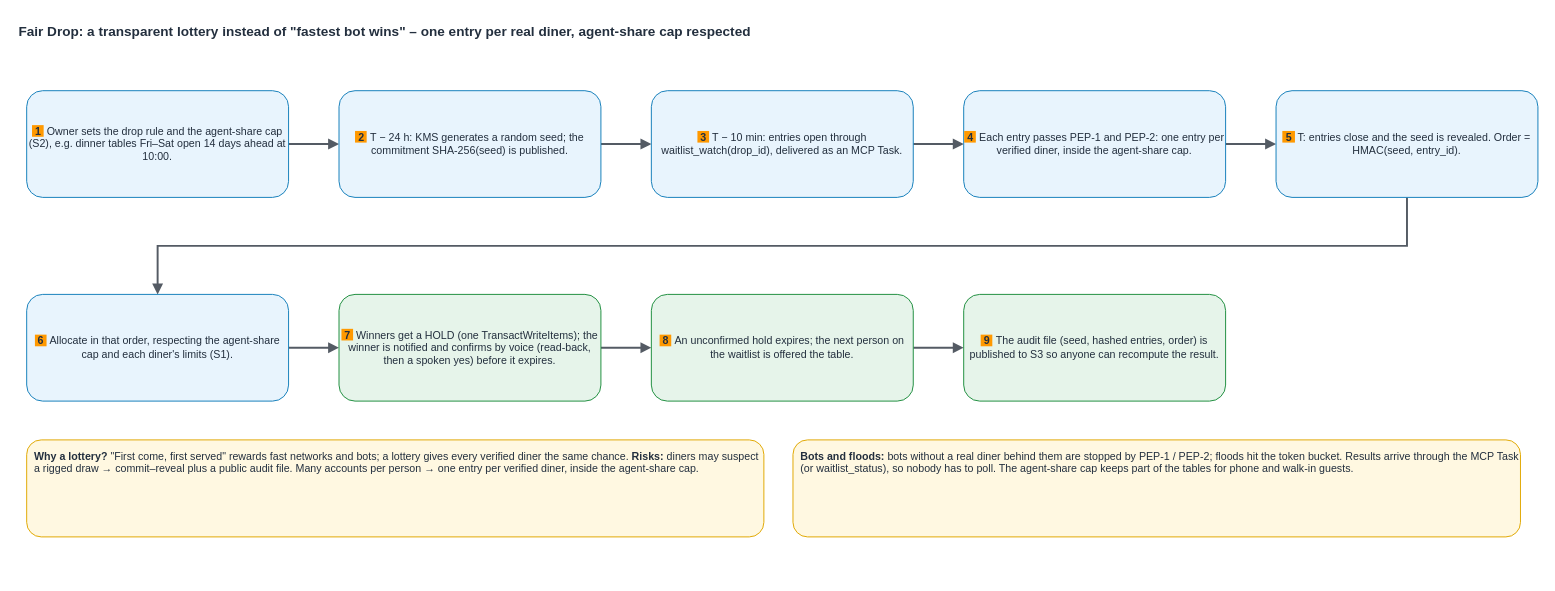
This is page "2. Fair Drop (verifiable lottery)" (2 of 4) of docs/fairtable-flows (1).drawio from thphuc06/FairTable, a draw.io file, before an edit. Source tidied: cells renumbered, new cells numbered last; positions are measured from the earlier drawing's top-left corner, leaving out a move shared by most shapes. Both pictures are drawn from the tidied source at 97%, with x=0, y=0 at pixel (16, 16).
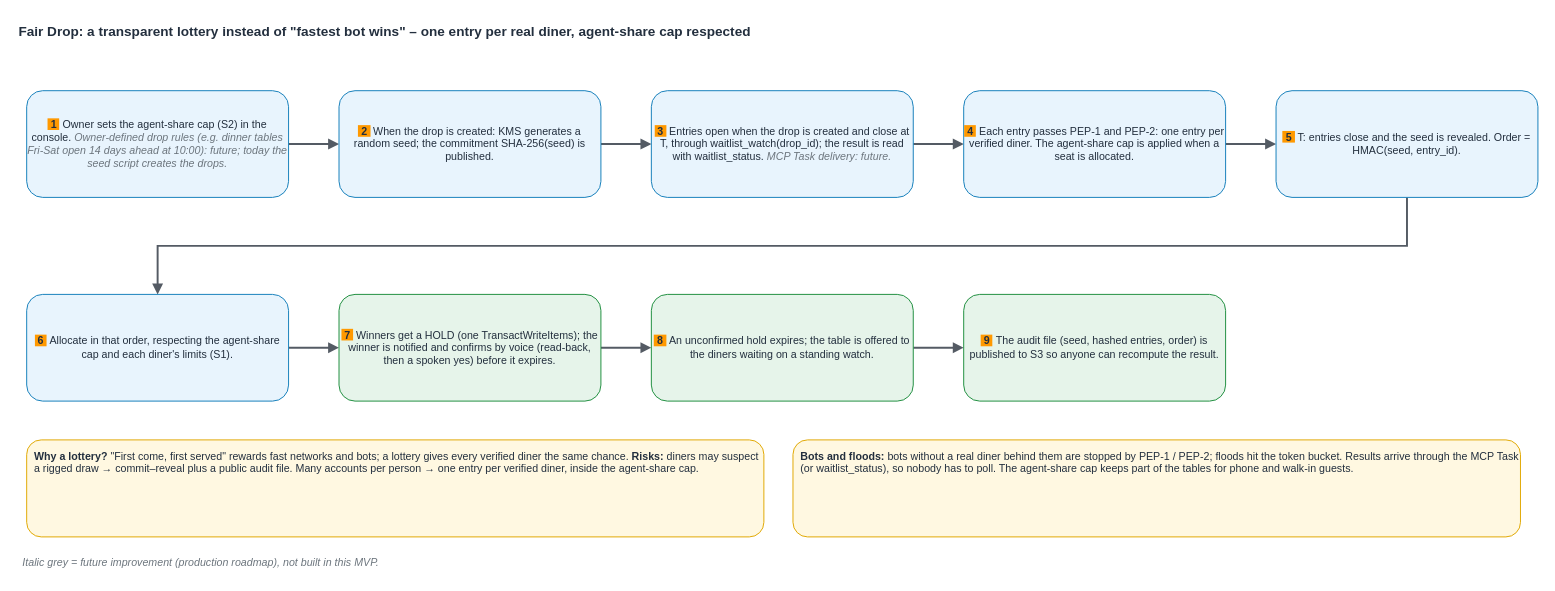
After the change.

Commit message (it also covers changes not shown here):
Diagrams: mark future improvements and fix stale facts; record the Nova Lite cost correction

The edit, as a diff of the source:
```diff
@@
-    <mxCell id="11" value="&lt;span style=&quot;background-color:#FF9900;color:#232F3E;&quot;&gt;&lt;b&gt;&amp;nbsp;1&amp;nbsp;&lt;/b&gt;&lt;/span&gt;&amp;nbsp;Owner sets the drop rule and the agent-share cap (S2), e.g. dinner tables Fri–Sat open 14 days ahead at 10:00." style="rounded=1;whiteSpace=wrap;html=1;fillColor=#E8F4FD;strokeColor=#147EBA;fontSize=11;fontColor=#232F3E;" parent="1" vertex="1">
+    <mxCell id="11" value="&lt;span style=&quot;background-color:#FF9900;color:#232F3E;&quot;&gt;&lt;b&gt;&amp;nbsp;1&amp;nbsp;&lt;/b&gt;&lt;/span&gt;&amp;nbsp;Owner sets the agent-share cap (S2) in the console. &lt;i style=&quot;color:#6C757D;&quot;&gt;Owner-defined drop rules (e.g. dinner tables Fri-Sat open 14 days ahead at 10:00): future; today the seed script creates the drops.&lt;/i&gt;" style="rounded=1;whiteSpace=wrap;html=1;fillColor=#E8F4FD;strokeColor=#147EBA;fontSize=11;fontColor=#232F3E;" parent="1" vertex="1">
       <mxGeometry x="10" y="76" width="270" height="110" as="geometry" />
     </mxCell>
-    <mxCell id="12" value="&lt;span style=&quot;background-color:#FF9900;color:#232F3E;&quot;&gt;&lt;b&gt;&amp;nbsp;2&amp;nbsp;&lt;/b&gt;&lt;/span&gt;&amp;nbsp;T − 24 h: KMS generates a random seed; the commitment SHA-256(seed) is published." style="rounded=1;whiteSpace=wrap;html=1;fillColor=#E8F4FD;strokeColor=#147EBA;fontSize=11;fontColor=#232F3E;" parent="1" vertex="1">
+    <mxCell id="12" value="&lt;span style=&quot;background-color:#FF9900;color:#232F3E;&quot;&gt;&lt;b&gt;&amp;nbsp;2&amp;nbsp;&lt;/b&gt;&lt;/span&gt;&amp;nbsp;When the drop is created: KMS generates a random seed; the commitment SHA-256(seed) is published." style="rounded=1;whiteSpace=wrap;html=1;fillColor=#E8F4FD;strokeColor=#147EBA;fontSize=11;fontColor=#232F3E;" parent="1" vertex="1">
       <mxGeometry x="332" y="76" width="270" height="110" as="geometry" />
     </mxCell>
-    <mxCell id="13" value="&lt;span style=&quot;background-color:#FF9900;color:#232F3E;&quot;&gt;&lt;b&gt;&amp;nbsp;3&amp;nbsp;&lt;/b&gt;&lt;/span&gt;&amp;nbsp;T − 10 min: entries open through waitlist_watch(drop_id), delivered as an MCP Task." style="rounded=1;whiteSpace=wrap;html=1;fillColor=#E8F4FD;strokeColor=#147EBA;fontSize=11;fontColor=#232F3E;" parent="1" vertex="1">
+    <mxCell id="13" value="&lt;span style=&quot;background-color:#FF9900;color:#232F3E;&quot;&gt;&lt;b&gt;&amp;nbsp;3&amp;nbsp;&lt;/b&gt;&lt;/span&gt;&amp;nbsp;Entries open when the drop is created and close at T, through waitlist_watch(drop_id); the result is read with waitlist_status. &lt;i style=&quot;color:#6C757D;&quot;&gt;MCP Task delivery: future.&lt;/i&gt;" style="rounded=1;whiteSpace=wrap;html=1;fillColor=#E8F4FD;strokeColor=#147EBA;fontSize=11;fontColor=#232F3E;" parent="1" vertex="1">
       <mxGeometry x="654" y="76" width="270" height="110" as="geometry" />
     </mxCell>
-    <mxCell id="14" value="&lt;span style=&quot;background-color:#FF9900;color:#232F3E;&quot;&gt;&lt;b&gt;&amp;nbsp;4&amp;nbsp;&lt;/b&gt;&lt;/span&gt;&amp;nbsp;Each entry passes PEP-1 and PEP-2: one entry per verified diner, inside the agent-share cap." style="rounded=1;whiteSpace=wrap;html=1;fillColor=#E8F4FD;strokeColor=#147EBA;fontSize=11;fontColor=#232F3E;" parent="1" vertex="1">
+    <mxCell id="14" value="&lt;span style=&quot;background-color:#FF9900;color:#232F3E;&quot;&gt;&lt;b&gt;&amp;nbsp;4&amp;nbsp;&lt;/b&gt;&lt;/span&gt;&amp;nbsp;Each entry passes PEP-1 and PEP-2: one entry per verified diner. The agent-share cap is applied when a seat is allocated." style="rounded=1;whiteSpace=wrap;html=1;fillColor=#E8F4FD;strokeColor=#147EBA;fontSize=11;fontColor=#232F3E;" parent="1" vertex="1">
       <mxGeometry x="976" y="76" width="270" height="110" as="geometry" />
     </mxCell>
@@
-    <mxCell id="18" value="&lt;span style=&quot;background-color:#FF9900;color:#232F3E;&quot;&gt;&lt;b&gt;&amp;nbsp;8&amp;nbsp;&lt;/b&gt;&lt;/span&gt;&amp;nbsp;An unconfirmed hold expires; the next person on the waitlist is offered the table." style="rounded=1;whiteSpace=wrap;html=1;fillColor=#E6F4EA;strokeColor=#1E8E3E;fontSize=11;fontColor=#232F3E;" parent="1" vertex="1">
+    <mxCell id="18" value="&lt;span style=&quot;background-color:#FF9900;color:#232F3E;&quot;&gt;&lt;b&gt;&amp;nbsp;8&amp;nbsp;&lt;/b&gt;&lt;/span&gt;&amp;nbsp;An unconfirmed hold expires; the table is offered to the diners waiting on a standing watch." style="rounded=1;whiteSpace=wrap;html=1;fillColor=#E6F4EA;strokeColor=#1E8E3E;fontSize=11;fontColor=#232F3E;" parent="1" vertex="1">
       <mxGeometry x="654" y="286" width="270" height="110" as="geometry" />
     </mxCell>
@@
+    <mxCell id="22" value="Italic grey = future improvement (production roadmap), not built in this MVP." style="text;html=1;whiteSpace=wrap;align=left;verticalAlign=middle;fontSize=11;fontStyle=2;fontColor=#6C757D;spacing=6;" parent="1" vertex="1">
+      <mxGeometry y="551" width="1500" height="24" as="geometry" />
+    </mxCell>
```
